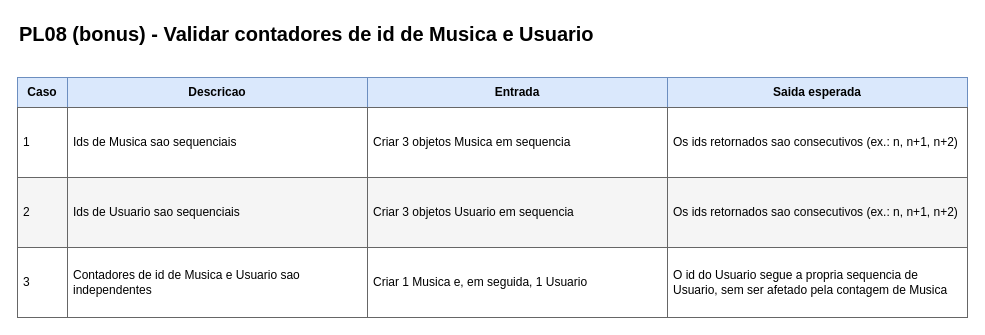
The draw.io diagram page "PL08" (6 of 6) of src/SonoraV3Lista05/Planos_de_Teste_Sonora.drawio in LorenzoMaiola/Programacao-Orientada-a-Objetos, before the edit. Source tidied: cells renumbered, new cells numbered last; positions are measured from the earlier drawing's top-left corner, leaving out a move shared by most shapes. Both pictures are drawn from the tidied source at 100%, with x=0, y=0 at pixel (17, 17).
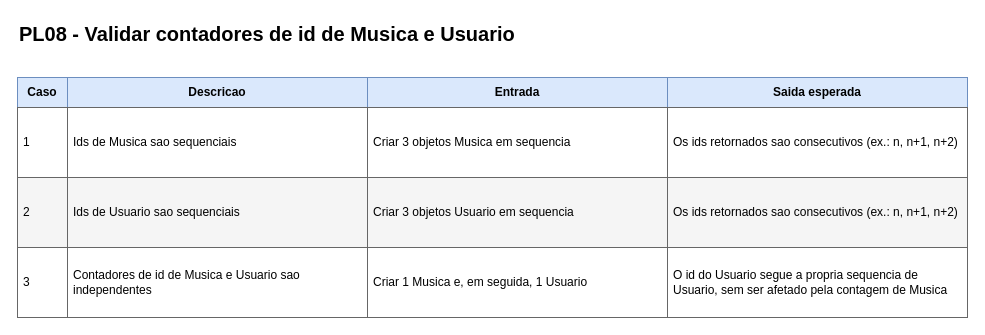
Above is the later version.

Commit message (it also covers changes not shown here):
Testes de plataforma, usuario, ajustes nos outros testes

Diff of the diagram source:
```diff
@@
 <mxGraphModel>
   <root>
     <mxCell id="0" />
     <mxCell id="1" parent="0" />
-    <mxCell id="2" value="PL08 (bonus) - Validar contadores de id de Musica e Usuario" style="text;fontSize=20;fontStyle=1;align=left;verticalAlign=middle;" parent="1" vertex="1">
+    <mxCell id="2" value="PL08 - Validar contadores de id de Musica e Usuario" style="text;fontSize=20;fontStyle=1;align=left;verticalAlign=middle;" parent="1" vertex="1">
       <mxGeometry width="900" height="30" as="geometry" />
     </mxCell>
     <mxCell id="3" value="Caso" style="rounded=0;whiteSpace=wrap;html=1;fillColor=#dae8fc;strokeColor=#6c8ebf;fontStyle=1;align=center;verticalAlign=middle;" parent="1" vertex="1">
       <mxGeometry y="60" width="50" height="30" as="geometry" />
     </mxCell>
     <mxCell id="4" value="Descricao" style="rounded=0;whiteSpace=wrap;html=1;fillColor=#dae8fc;strokeColor=#6c8ebf;fontStyle=1;align=center;verticalAlign=middle;" parent="1" vertex="1">
       <mxGeometry x="50" y="60" width="300" height="30" as="geometry" />
     </mxCell>
     <mxCell id="5" value="Entrada" style="rounded=0;whiteSpace=wrap;html=1;fillColor=#dae8fc;strokeColor=#6c8ebf;fontStyle=1;align=center;verticalAlign=middle;" parent="1" vertex="1">
       <mxGeometry x="350" y="60" width="300" height="30" as="geometry" />
     </mxCell>
     <mxCell id="6" value="Saida esperada" style="rounded=0;whiteSpace=wrap;html=1;fillColor=#dae8fc;strokeColor=#6c8ebf;fontStyle=1;align=center;verticalAlign=middle;" parent="1" vertex="1">
       <mxGeometry x="650" y="60" width="300" height="30" as="geometry" />
     </mxCell>
     <mxCell id="7" value="1" style="rounded=0;whiteSpace=wrap;html=1;fillColor=#ffffff;strokeColor=#666666;align=left;verticalAlign=middle;spacing=6;" parent="1" vertex="1">
       <mxGeometry y="90" width="50" height="70" as="geometry" />
     </mxCell>
     <mxCell id="8" value="Ids de Musica sao sequenciais" style="rounded=0;whiteSpace=wrap;html=1;fillColor=#ffffff;strokeColor=#666666;align=left;verticalAlign=middle;spacing=6;" parent="1" vertex="1">
       <mxGeometry x="50" y="90" width="300" height="70" as="geometry" />
     </mxCell>
     <mxCell id="9" value="Criar 3 objetos Musica em sequencia" style="rounded=0;whiteSpace=wrap;html=1;fillColor=#ffffff;strokeColor=#666666;align=left;verticalAlign=middle;spacing=6;" parent="1" vertex="1">
       <mxGeometry x="350" y="90" width="300" height="70" as="geometry" />
     </mxCell>
     <mxCell id="10" value="Os ids retornados sao consecutivos (ex.: n, n+1, n+2)" style="rounded=0;whiteSpace=wrap;html=1;fillColor=#ffffff;strokeColor=#666666;align=left;verticalAlign=middle;spacing=6;" parent="1" vertex="1">
       <mxGeometry x="650" y="90" width="300" height="70" as="geometry" />
     </mxCell>
     <mxCell id="11" value="2" style="rounded=0;whiteSpace=wrap;html=1;fillColor=#f5f5f5;strokeColor=#666666;align=left;verticalAlign=middle;spacing=6;" parent="1" vertex="1">
       <mxGeometry y="160" width="50" height="70" as="geometry" />
     </mxCell>
     <mxCell id="12" value="Ids de Usuario sao sequenciais" style="rounded=0;whiteSpace=wrap;html=1;fillColor=#f5f5f5;strokeColor=#666666;align=left;verticalAlign=middle;spacing=6;" parent="1" vertex="1">
       <mxGeometry x="50" y="160" width="300" height="70" as="geometry" />
     </mxCell>
     <mxCell id="13" value="Criar 3 objetos Usuario em sequencia" style="rounded=0;whiteSpace=wrap;html=1;fillColor=#f5f5f5;strokeColor=#666666;align=left;verticalAlign=middle;spacing=6;" parent="1" vertex="1">
       <mxGeometry x="350" y="160" width="300" height="70" as="geometry" />
     </mxCell>
     <mxCell id="14" value="Os ids retornados sao consecutivos (ex.: n, n+1, n+2)" style="rounded=0;whiteSpace=wrap;html=1;fillColor=#f5f5f5;strokeColor=#666666;align=left;verticalAlign=middle;spacing=6;" parent="1" vertex="1">
       <mxGeometry x="650" y="160" width="300" height="70" as="geometry" />
     </mxCell>
     <mxCell id="15" value="3" style="rounded=0;whiteSpace=wrap;html=1;fillColor=#ffffff;strokeColor=#666666;align=left;verticalAlign=middle;spacing=6;" parent="1" vertex="1">
       <mxGeometry y="230" width="50" height="70" as="geometry" />
     </mxCell>
     <mxCell id="16" value="Contadores de id de Musica e Usuario sao independentes" style="rounded=0;whiteSpace=wrap;html=1;fillColor=#ffffff;strokeColor=#666666;align=left;verticalAlign=middle;spacing=6;" parent="1" vertex="1">
       <mxGeometry x="50" y="230" width="300" height="70" as="geometry" />
     </mxCell>
     <mxCell id="17" value="Criar 1 Musica e, em seguida, 1 Usuario" style="rounded=0;whiteSpace=wrap;html=1;fillColor=#ffffff;strokeColor=#666666;align=left;verticalAlign=middle;spacing=6;" parent="1" vertex="1">
       <mxGeometry x="350" y="230" width="300" height="70" as="geometry" />
     </mxCell>
     <mxCell id="18" value="O id do Usuario segue a propria sequencia de Usuario, sem ser afetado pela contagem de Musica" style="rounded=0;whiteSpace=wrap;html=1;fillColor=#ffffff;strokeColor=#666666;align=left;verticalAlign=middle;spacing=6;" parent="1" vertex="1">
       <mxGeometry x="650" y="230" width="300" height="70" as="geometry" />
     </mxCell>
   </root>
 </mxGraphModel>
```
